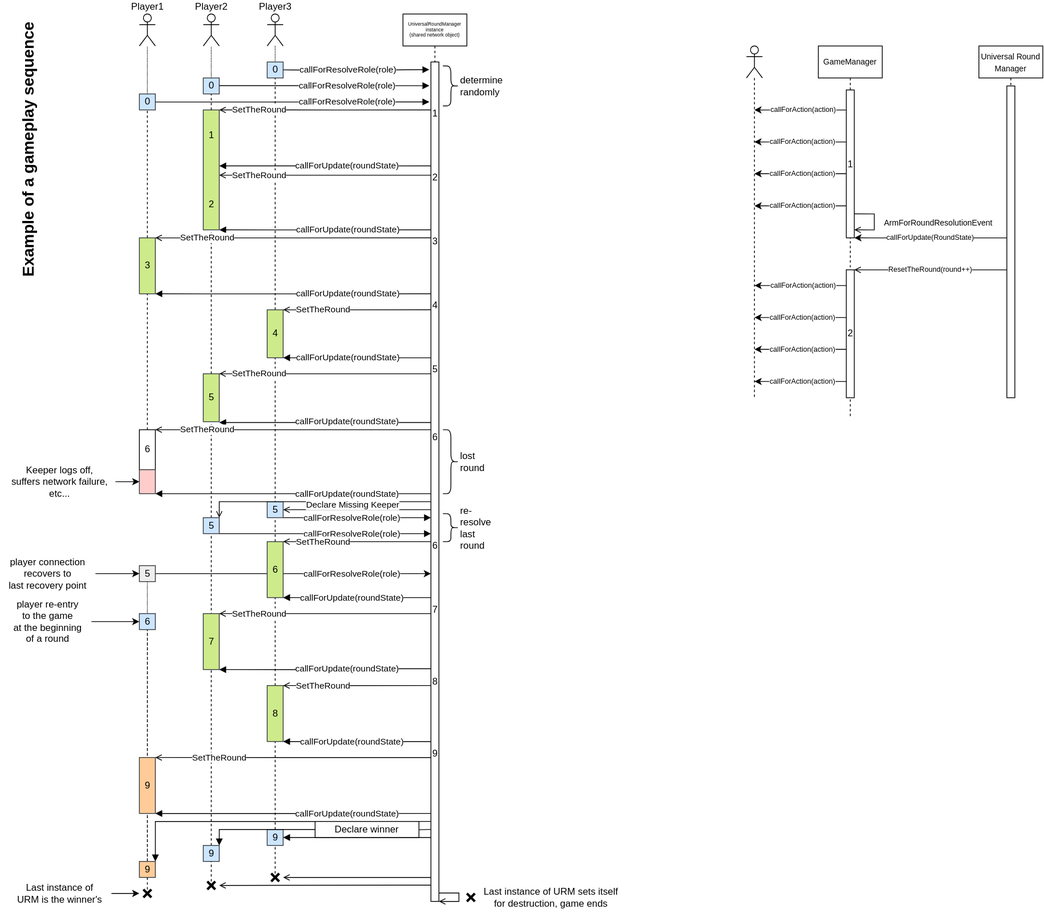
The draw.io diagram TheProspector/Assets/Schematics/Sequence.svg in SakuNurmiranta/TheProspector, before a commit. Source tidied: cells renumbered, new cells last; positions are measured from the earlier drawing's top-left corner, leaving out a move shared by most shapes.
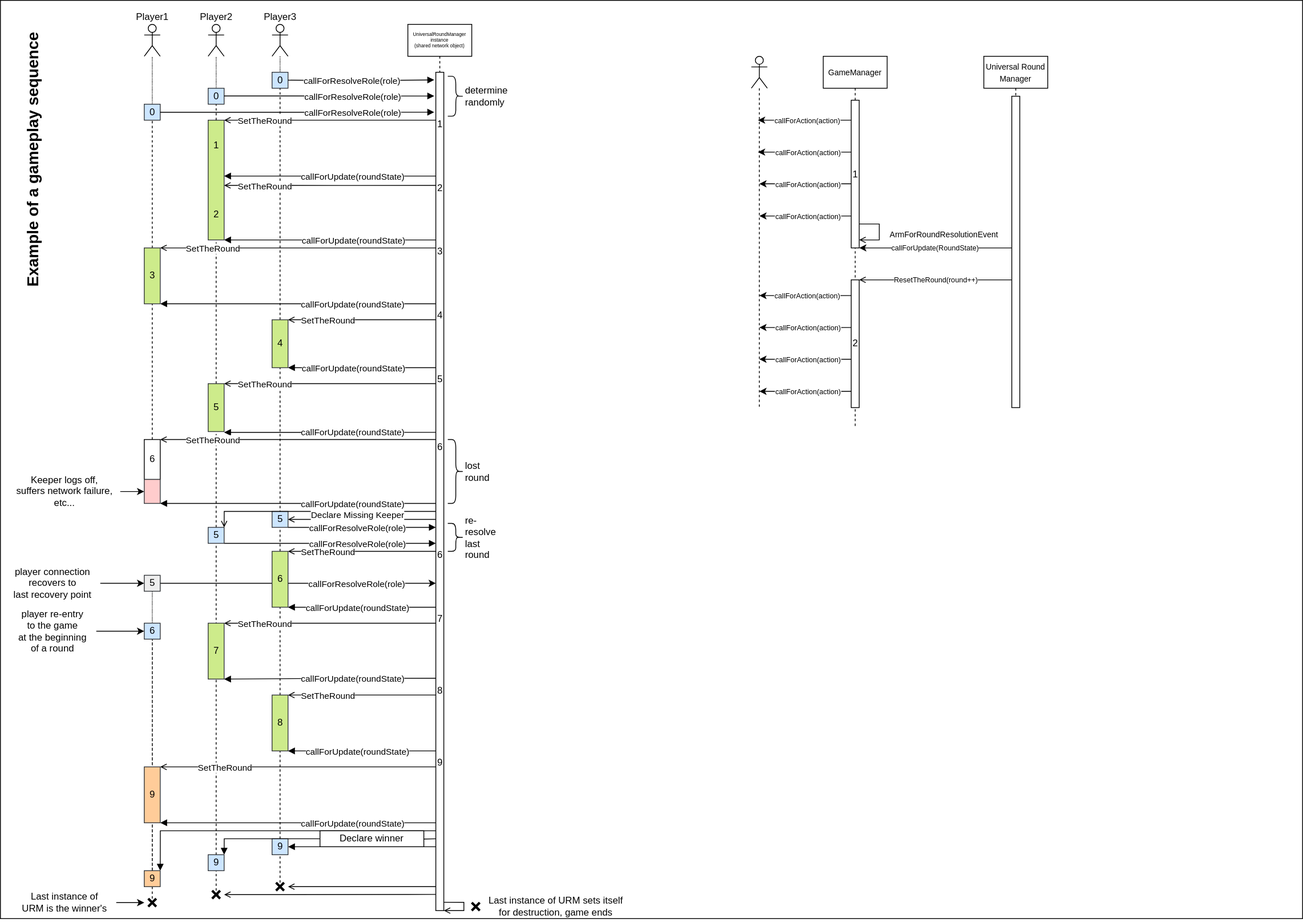
After the commit.

The edit, as a diff of the source:
```diff
@@ -2,6 +2,9 @@
   <root>
     <mxCell id="0" />
     <mxCell id="1" parent="0" />
+    <mxCell id="162" style="whiteSpace=wrap;html=1;" parent="1" vertex="1">
+      <mxGeometry x="130" y="-30" width="1630" height="1150" as="geometry" />
+    </mxCell>
     <mxCell id="2" style="edgeStyle=orthogonalEdgeStyle;rounded=0;jettySize=auto;html=1;curved=0;" parent="1" edge="1" source="76" target="26">
       <mxGeometry relative="1" as="geometry">
         <Array as="points">
```
